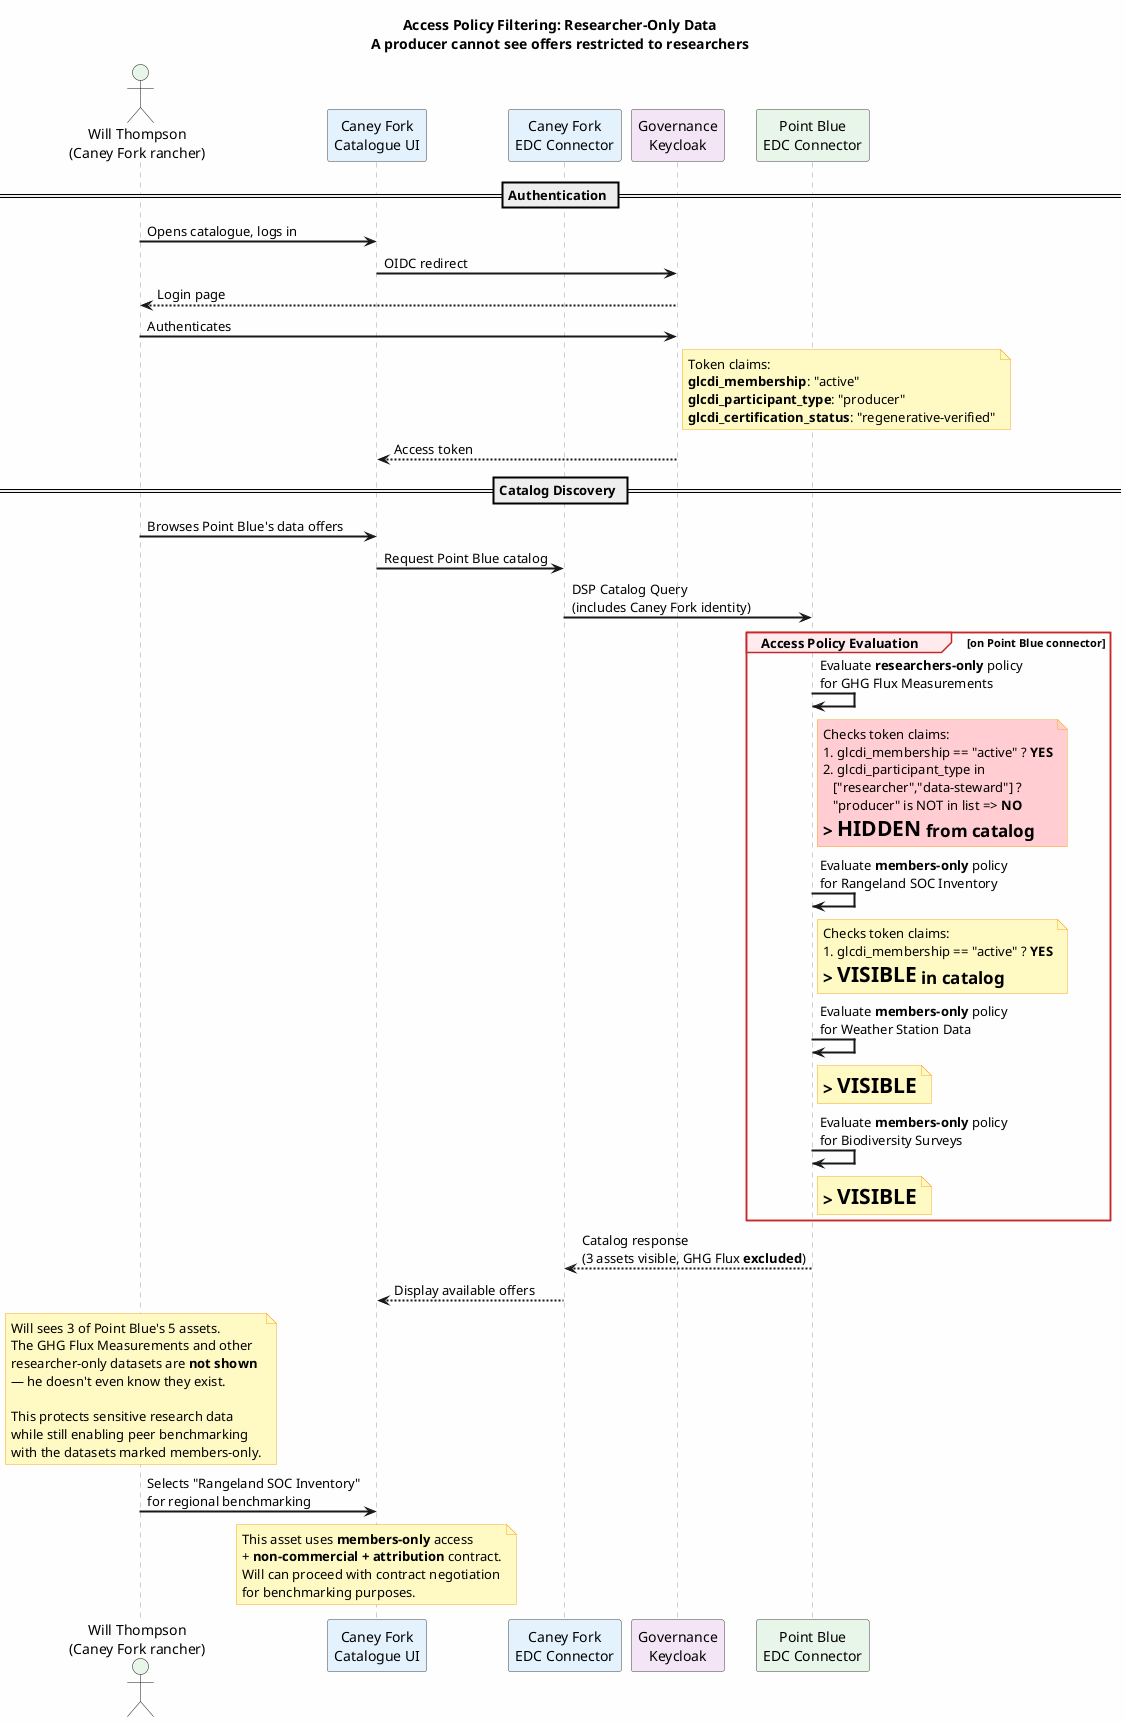
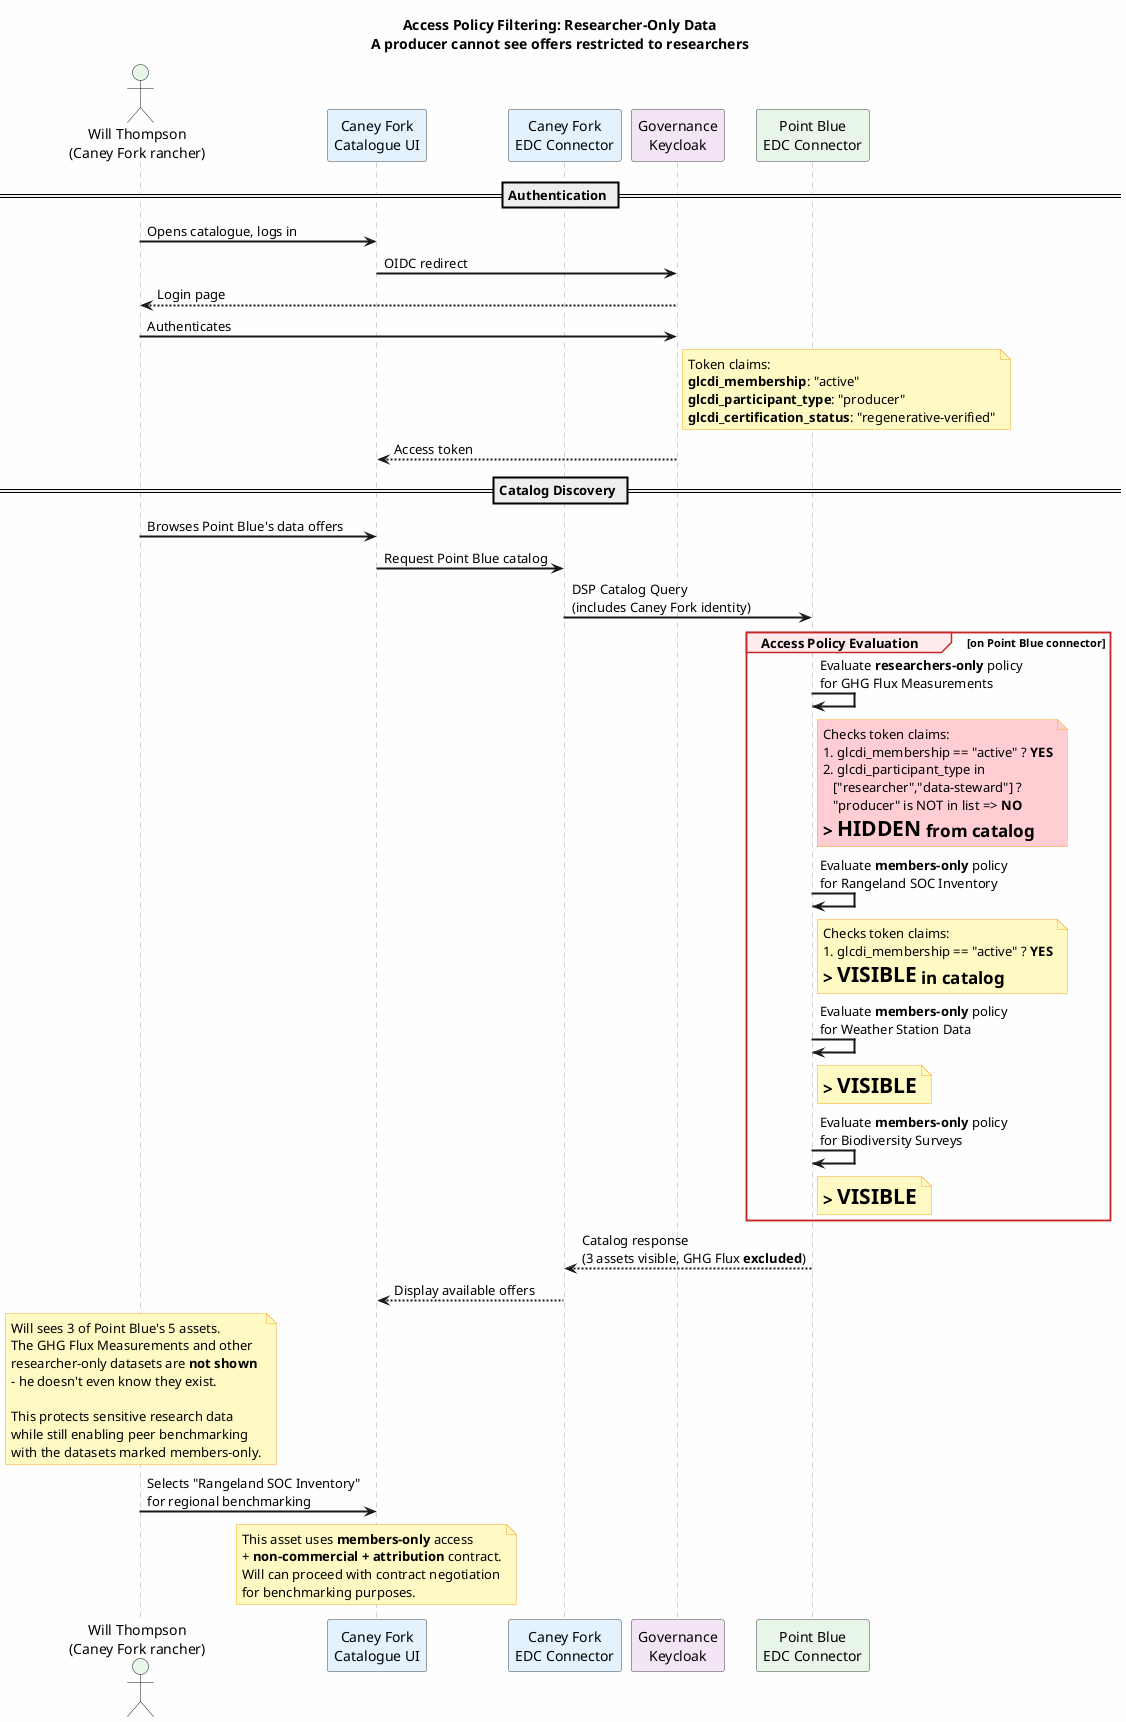
@startuml Producer Blocked from Research-Only Data
title **Access Policy Filtering: Researcher-Only Data**\nA producer cannot see offers restricted to researchers

skinparam backgroundColor #FEFEFE
skinparam sequenceArrowThickness 2
skinparam sequenceParticipantBorderColor #424242
skinparam sequenceLifeLineBorderColor #9E9E9E
skinparam noteBackgroundColor #FFF9C4
skinparam noteBorderColor #F9A825
skinparam sequenceGroupBackgroundColor #FFEBEE
skinparam sequenceGroupBorderColor #C62828

actor "Will Thompson\n(Caney Fork rancher)" as Producer #E8F5E9
participant "Caney Fork\nCatalogue UI" as UI #E3F2FD
participant "Caney Fork\nEDC Connector" as CF_EDC #E3F2FD
participant "Governance\nKeycloak" as KC #F3E5F5
participant "Point Blue\nEDC Connector" as PB_EDC #E8F5E9

== Authentication ==

Producer -> UI : Opens catalogue, logs in
UI -> KC : OIDC redirect
KC --> Producer : Login page
Producer -> KC : Authenticates
note right of KC
  Token claims:
  **glcdi_membership**: "active"
  **glcdi_participant_type**: "producer"
  **glcdi_certification_status**: "regenerative-verified"
end note
KC --> UI : Access token

== Catalog Discovery ==

Producer -> UI : Browses Point Blue's data offers
UI -> CF_EDC : Request Point Blue catalog
CF_EDC -> PB_EDC : DSP Catalog Query\n(includes Caney Fork identity)

group Access Policy Evaluation [on Point Blue connector]
  PB_EDC -> PB_EDC : Evaluate **researchers-only** policy\nfor GHG Flux Measurements
  note right of PB_EDC #FFCDD2
    Checks token claims:
    1. glcdi_membership == "active" ? **YES**
    2. glcdi_participant_type in
       ["researcher","data-steward"] ?
       "producer" is NOT in list => **NO**
    => **HIDDEN** from catalog
  end note

  PB_EDC -> PB_EDC : Evaluate **members-only** policy\nfor Rangeland SOC Inventory
  note right of PB_EDC
    Checks token claims:
    1. glcdi_membership == "active" ? **YES**
    => **VISIBLE** in catalog
  end note

  PB_EDC -> PB_EDC : Evaluate **members-only** policy\nfor Weather Station Data
  note right of PB_EDC
    => **VISIBLE**
  end note

  PB_EDC -> PB_EDC : Evaluate **members-only** policy\nfor Biodiversity Surveys
  note right of PB_EDC
    => **VISIBLE**
  end note
end

PB_EDC --> CF_EDC : Catalog response\n(3 assets visible, GHG Flux **excluded**)
CF_EDC --> UI : Display available offers

note over Producer
  Will sees 3 of Point Blue's 5 assets.
  The GHG Flux Measurements and other
  researcher-only datasets are **not shown**
-   — he doesn't even know they exist.
+   - he doesn't even know they exist.

  This protects sensitive research data
  while still enabling peer benchmarking
  with the datasets marked members-only.
end note

Producer -> UI : Selects "Rangeland SOC Inventory"\nfor regional benchmarking
note over UI
  This asset uses **members-only** access
  + **non-commercial + attribution** contract.
  Will can proceed with contract negotiation
  for benchmarking purposes.
end note

@enduml
